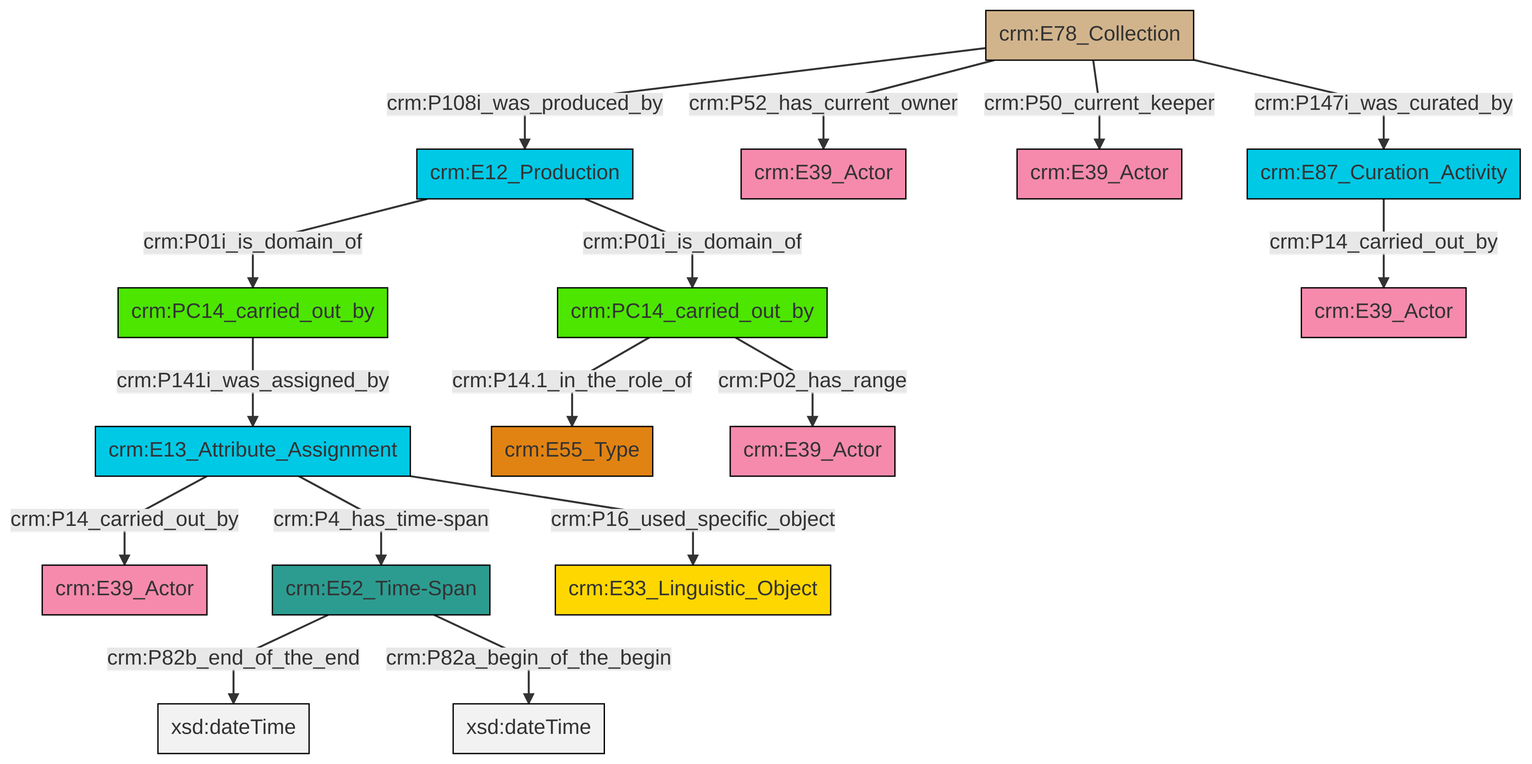
Before: et/archivalCSV/ttl/mmd/png/archival_relation.png, a diagram exported from Mermaid (swiss-art-research-net/docs.swissartresearch). Its source is kept beside it as et/archivalCSV/ttl/mmd/archival_relation.ttl.mmd.
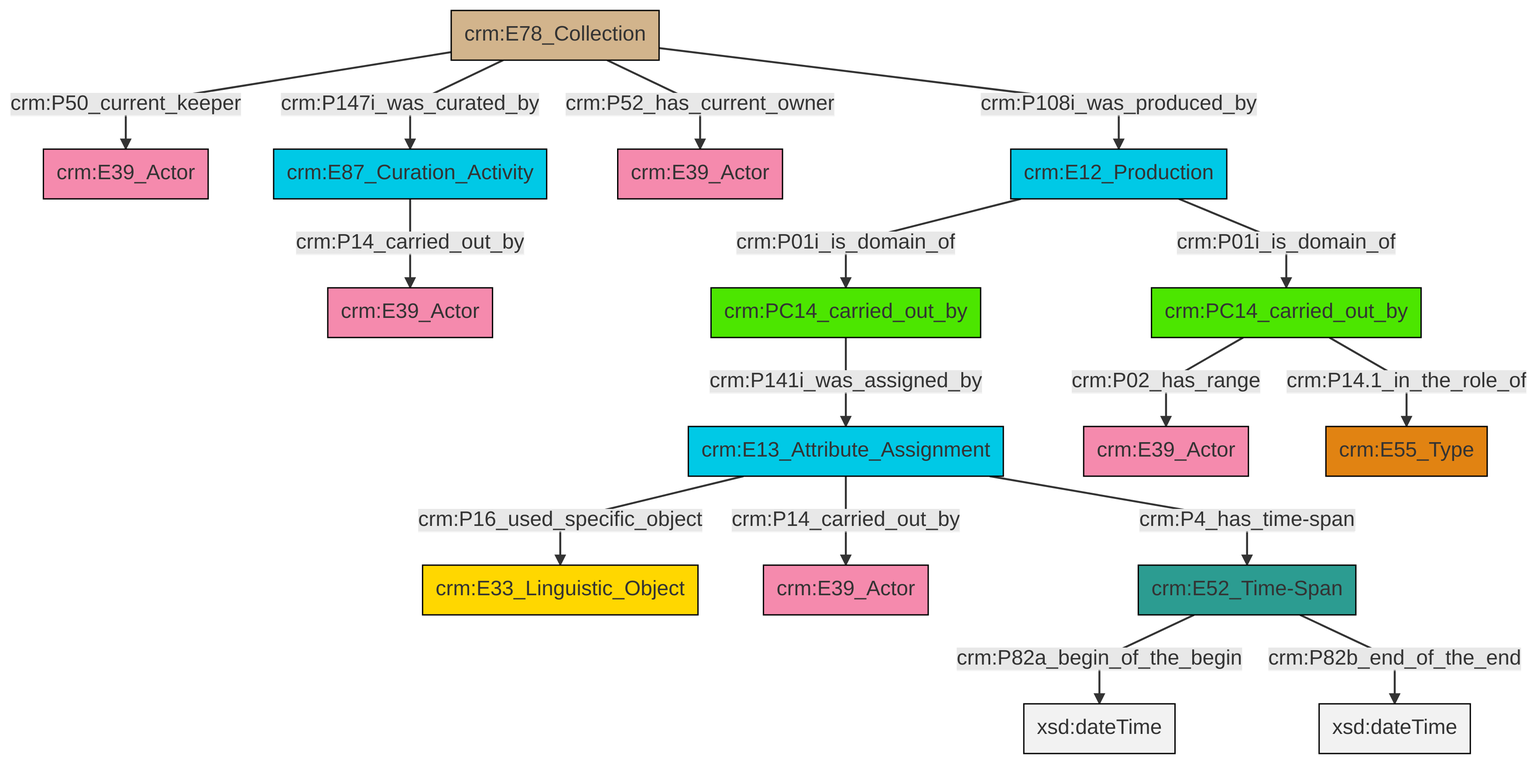
The same file after the commit.

What changed in the source:
```diff
@@ -13,18 +13,18 @@
 classDef PC_Classes fill:#4ce600, stroke:#000000;
 classDef Multi fill:#cccccc,stroke:#000000;
 
-0["crm:E13_Attribute_Assignment"]:::Temporal_Entity -->|crm:P14_carried_out_by| 1["crm:E39_Actor"]:::Actor
-2["crm:PC14_carried_out_by"]:::PC_Classes -->|crm:P14.1_in_the_role_of| 3["crm:E55_Type"]:::Type
-4["crm:E52_Time-Span"]:::Time-Span -->|crm:P82b_end_of_the_end| 5[xsd:dateTime]:::Literal
-6["crm:E78_Collection"]:::Physical_Thing -->|crm:P108i_was_produced_by| 7["crm:E12_Production"]:::Temporal_Entity
-6["crm:E78_Collection"]:::Physical_Thing -->|crm:P52_has_current_owner| 9["crm:E39_Actor"]:::Actor
-7["crm:E12_Production"]:::Temporal_Entity -->|crm:P01i_is_domain_of| 2["crm:PC14_carried_out_by"]:::PC_Classes
-7["crm:E12_Production"]:::Temporal_Entity -->|crm:P01i_is_domain_of| 12["crm:PC14_carried_out_by"]:::PC_Classes
-0["crm:E13_Attribute_Assignment"]:::Temporal_Entity -->|crm:P16_used_specific_object| 16["crm:E33_Linguistic_Object"]:::Conceptual_Object
-17["crm:E87_Curation_Activity"]:::Temporal_Entity -->|crm:P14_carried_out_by| 13["crm:E39_Actor"]:::Actor
-4["crm:E52_Time-Span"]:::Time-Span -->|crm:P82a_begin_of_the_begin| 19[xsd:dateTime]:::Literal
-12["crm:PC14_carried_out_by"]:::PC_Classes -->|crm:P141i_was_assigned_by| 0["crm:E13_Attribute_Assignment"]:::Temporal_Entity
-6["crm:E78_Collection"]:::Physical_Thing -->|crm:P50_current_keeper| 10["crm:E39_Actor"]:::Actor
-6["crm:E78_Collection"]:::Physical_Thing -->|crm:P147i_was_curated_by| 17["crm:E87_Curation_Activity"]:::Temporal_Entity
-0["crm:E13_Attribute_Assignment"]:::Temporal_Entity -->|crm:P4_has_time-span| 4["crm:E52_Time-Span"]:::Time-Span
-2["crm:PC14_carried_out_by"]:::PC_Classes -->|crm:P02_has_range| 24["crm:E39_Actor"]:::Actor
+2["crm:E78_Collection"]:::Physical_Thing -->|crm:P50_current_keeper| 3["crm:E39_Actor"]:::Actor
+6["crm:PC14_carried_out_by"]:::PC_Classes -->|crm:P02_has_range| 7["crm:E39_Actor"]:::Actor
+8["crm:E52_Time-Span"]:::Time-Span -->|crm:P82a_begin_of_the_begin| 9[xsd:dateTime]:::Literal
+0["crm:E87_Curation_Activity"]:::Temporal_Entity -->|crm:P14_carried_out_by| 10["crm:E39_Actor"]:::Actor
+8["crm:E52_Time-Span"]:::Time-Span -->|crm:P82b_end_of_the_end| 11[xsd:dateTime]:::Literal
+12["crm:E12_Production"]:::Temporal_Entity -->|crm:P01i_is_domain_of| 13["crm:PC14_carried_out_by"]:::PC_Classes
+4["crm:E13_Attribute_Assignment"]:::Temporal_Entity -->|crm:P16_used_specific_object| 14["crm:E33_Linguistic_Object"]:::Conceptual_Object
+2["crm:E78_Collection"]:::Physical_Thing -->|crm:P147i_was_curated_by| 0["crm:E87_Curation_Activity"]:::Temporal_Entity
+4["crm:E13_Attribute_Assignment"]:::Temporal_Entity -->|crm:P14_carried_out_by| 19["crm:E39_Actor"]:::Actor
+2["crm:E78_Collection"]:::Physical_Thing -->|crm:P52_has_current_owner| 16["crm:E39_Actor"]:::Actor
+4["crm:E13_Attribute_Assignment"]:::Temporal_Entity -->|crm:P4_has_time-span| 8["crm:E52_Time-Span"]:::Time-Span
+2["crm:E78_Collection"]:::Physical_Thing -->|crm:P108i_was_produced_by| 12["crm:E12_Production"]:::Temporal_Entity
+12["crm:E12_Production"]:::Temporal_Entity -->|crm:P01i_is_domain_of| 6["crm:PC14_carried_out_by"]:::PC_Classes
+13["crm:PC14_carried_out_by"]:::PC_Classes -->|crm:P141i_was_assigned_by| 4["crm:E13_Attribute_Assignment"]:::Temporal_Entity
+6["crm:PC14_carried_out_by"]:::PC_Classes -->|crm:P14.1_in_the_role_of| 24["crm:E55_Type"]:::Type
```
